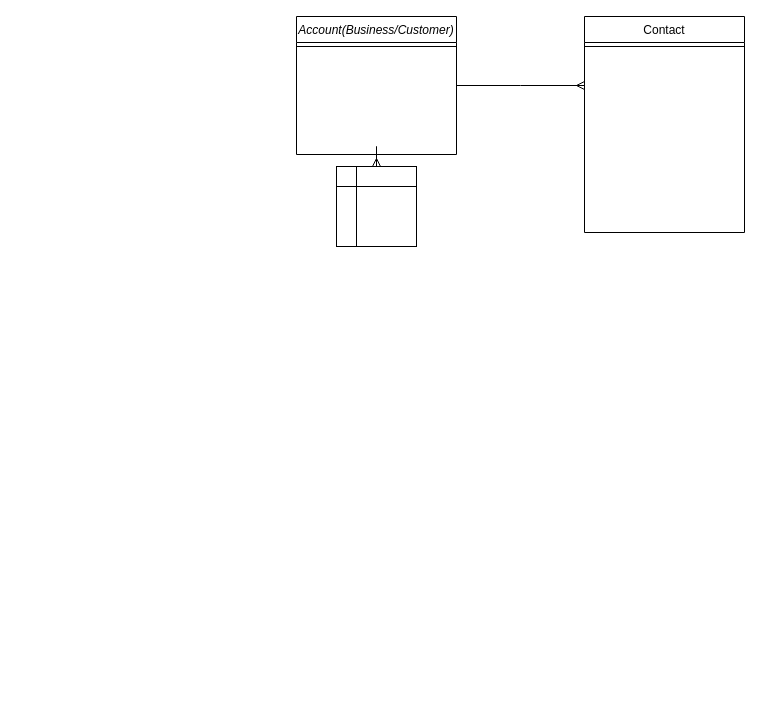
The draw.io diagram Bid-The-Builder/Untitled Diagram.drawio in Jmiccolo/Bid_The_Builder, before the edit. Source tidied: cells renumbered, new cells numbered last; positions are measured from the earlier drawing's top-left corner, leaving out a move shared by most shapes. Both pictures are drawn from the tidied source at 100%, with x=0, y=0 at pixel (296, 16).
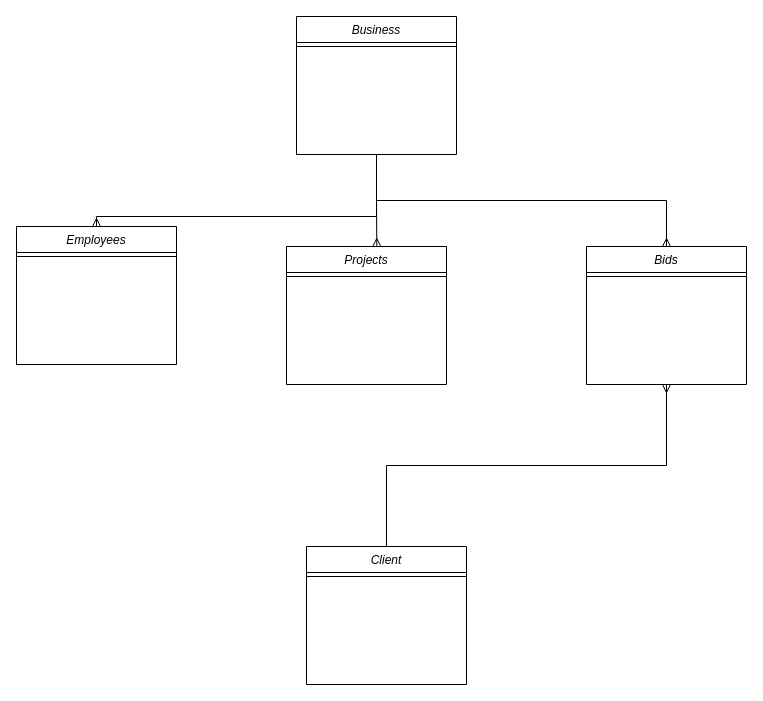
Above is the later version.

What changed in the source:
```diff
@@
 <mxGraphModel>
   <root>
     <mxCell id="0" />
     <mxCell id="1" parent="0" />
-    <mxCell id="2" style="edgeStyle=orthogonalEdgeStyle;rounded=0;jettySize=auto;html=1;exitX=0.5;exitY=1;exitDx=0;exitDy=0;endArrow=ERmany;endFill=0;" parent="1" edge="1" source="3" target="8">
-      <mxGeometry relative="1" as="geometry" />
-    </mxCell>
+    <mxCell id="9" style="edgeStyle=orthogonalEdgeStyle;rounded=0;jettySize=auto;html=1;exitX=0.5;exitY=1;exitDx=0;exitDy=0;endArrow=ERmany;endFill=0;" parent="1" edge="1" source="3">
+      <mxGeometry relative="1" as="geometry">
+        <mxPoint x="80.3" y="230" as="targetPoint" />
+      </mxGeometry>
+    </mxCell>
+    <mxCell id="10" style="edgeStyle=orthogonalEdgeStyle;rounded=0;jettySize=auto;html=1;exitX=0.5;exitY=1;exitDx=0;exitDy=0;endArrow=ERmany;endFill=0;entryX=0.5;entryY=0;entryDx=0;entryDy=0;" parent="1" edge="1" source="3" target="15">
+      <mxGeometry relative="1" as="geometry" />
+    </mxCell>
-    <mxCell id="3" value="Account(Business/Customer)" style="swimlane;fontStyle=2;align=center;verticalAlign=top;horizontal=1;startSize=26;rounded=0;shadow=0;strokeWidth=1;" parent="1" vertex="1">
+    <mxCell id="3" value="Business" style="swimlane;fontStyle=2;align=center;verticalAlign=top;horizontal=1;startSize=26;rounded=0;shadow=0;strokeWidth=1;" parent="1" vertex="1">
       <mxGeometry width="160" height="138" as="geometry" />
     </mxCell>
     <mxCell id="4" style="line;html=1;strokeWidth=1;align=left;verticalAlign=middle;spacingTop=-1;spacingLeft=3;spacingRight=3;labelPosition=right;" parent="3" vertex="1">
       <mxGeometry y="26" width="160" height="8" as="geometry" />
     </mxCell>
-    <mxCell id="5" value="Contact" style="swimlane;fontStyle=0;align=center;verticalAlign=top;horizontal=1;startSize=26;rounded=0;shadow=0;strokeWidth=1;" parent="1" vertex="1">
-      <mxGeometry x="288" width="160" height="216" as="geometry" />
-    </mxCell>
-    <mxCell id="6" style="line;html=1;strokeWidth=1;align=left;verticalAlign=middle;spacingTop=-1;spacingLeft=3;spacingRight=3;labelPosition=right;" parent="5" vertex="1">
-      <mxGeometry y="26" width="160" height="8" as="geometry" />
-    </mxCell>
-    <mxCell id="7" style="endArrow=ERmany;shadow=0;strokeWidth=1;rounded=0;endFill=0;edgeStyle=elbowEdgeStyle;elbow=vertical;" parent="1" edge="1" source="3" target="5">
+    <mxCell id="7" style="endArrow=ERmany;shadow=0;strokeWidth=1;rounded=0;endFill=0;edgeStyle=elbowEdgeStyle;elbow=vertical;entryX=0.5;entryY=0;entryDx=0;entryDy=0;exitX=0.5;exitY=1;exitDx=0;exitDy=0;" parent="1" edge="1" source="3" target="11">
       <mxGeometry x="0.5" y="41" relative="1" as="geometry">
+        <Array as="points">
+          <mxPoint x="-210" y="200" />
+        </Array>
         <mxPoint x="-40" y="32" as="offset" />
       </mxGeometry>
     </mxCell>
-    <mxCell id="8" style="shape=internalStorage;whiteSpace=wrap;html=1;backgroundOutline=1;" parent="1" vertex="1">
-      <mxGeometry x="40" y="150" width="80" height="80" as="geometry" />
-    </mxCell>
+    <mxCell id="11" value="Employees" style="swimlane;fontStyle=2;align=center;verticalAlign=top;horizontal=1;startSize=26;rounded=0;shadow=0;strokeWidth=1;" parent="1" vertex="1">
+      <mxGeometry x="-280" y="210" width="160" height="138" as="geometry" />
+    </mxCell>
+    <mxCell id="12" style="line;html=1;strokeWidth=1;align=left;verticalAlign=middle;spacingTop=-1;spacingLeft=3;spacingRight=3;labelPosition=right;" parent="11" vertex="1">
+      <mxGeometry y="26" width="160" height="8" as="geometry" />
+    </mxCell>
+    <mxCell id="13" value="Projects" style="swimlane;fontStyle=2;align=center;verticalAlign=top;horizontal=1;startSize=26;rounded=0;shadow=0;strokeWidth=1;" parent="1" vertex="1">
+      <mxGeometry x="-10" y="230" width="160" height="138" as="geometry" />
+    </mxCell>
+    <mxCell id="14" style="line;html=1;strokeWidth=1;align=left;verticalAlign=middle;spacingTop=-1;spacingLeft=3;spacingRight=3;labelPosition=right;" parent="13" vertex="1">
+      <mxGeometry y="26" width="160" height="8" as="geometry" />
+    </mxCell>
+    <mxCell id="15" value="Bids" style="swimlane;fontStyle=2;align=center;verticalAlign=top;horizontal=1;startSize=26;rounded=0;shadow=0;strokeWidth=1;" parent="1" vertex="1">
+      <mxGeometry x="290" y="230" width="160" height="138" as="geometry" />
+    </mxCell>
+    <mxCell id="16" style="line;html=1;strokeWidth=1;align=left;verticalAlign=middle;spacingTop=-1;spacingLeft=3;spacingRight=3;labelPosition=right;" parent="15" vertex="1">
+      <mxGeometry y="26" width="160" height="8" as="geometry" />
+    </mxCell>
+    <mxCell id="17" style="edgeStyle=orthogonalEdgeStyle;rounded=0;jettySize=auto;html=1;exitX=0.5;exitY=0;exitDx=0;exitDy=0;entryX=0.5;entryY=1;entryDx=0;entryDy=0;endArrow=ERmany;endFill=0;" parent="1" edge="1" source="18" target="15">
+      <mxGeometry relative="1" as="geometry" />
+    </mxCell>
+    <mxCell id="18" value="Client" style="swimlane;fontStyle=2;align=center;verticalAlign=top;horizontal=1;startSize=26;rounded=0;shadow=0;strokeWidth=1;" parent="1" vertex="1">
+      <mxGeometry x="10" y="530" width="160" height="138" as="geometry" />
+    </mxCell>
+    <mxCell id="19" style="line;html=1;strokeWidth=1;align=left;verticalAlign=middle;spacingTop=-1;spacingLeft=3;spacingRight=3;labelPosition=right;" parent="18" vertex="1">
+      <mxGeometry y="26" width="160" height="8" as="geometry" />
+    </mxCell>
   </root>
 </mxGraphModel>
```
